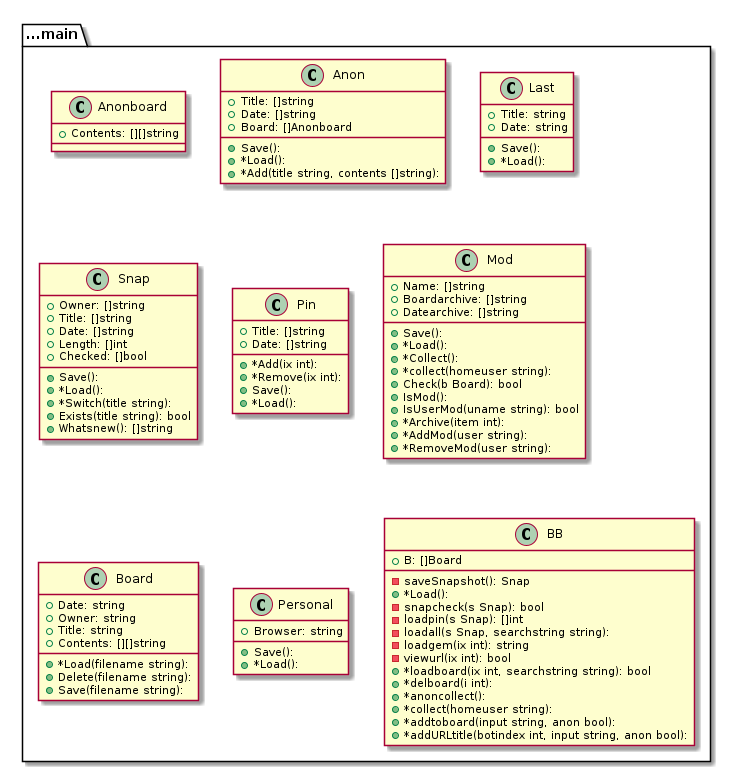
Before: graph.png, a diagram exported from PlantUML (tbal999/bb).
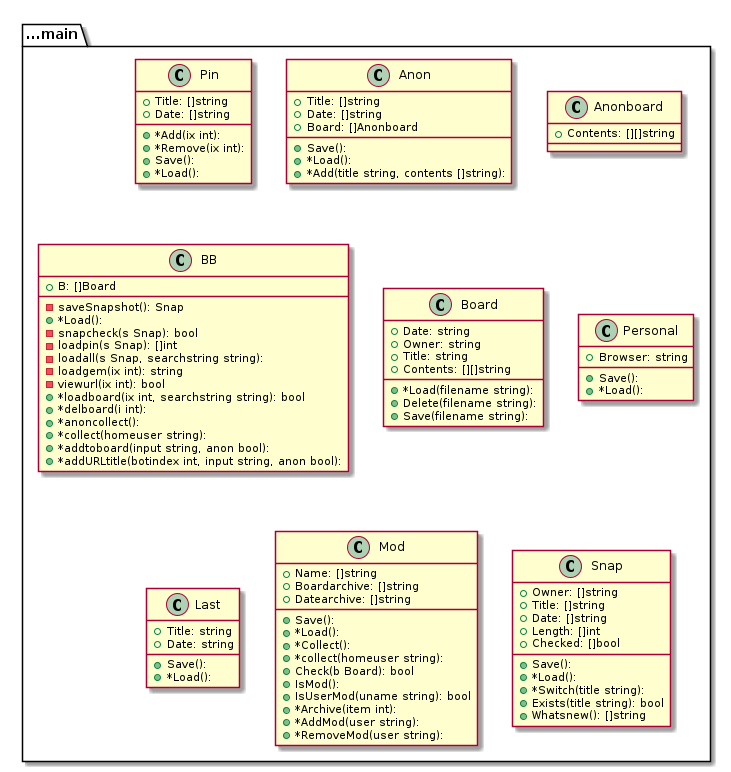
After the change.

Change to the diagram source:
```diff
@@ -1,8 +1,12 @@
 @startuml
 package ...main{
-class Anonboard {
-+Contents: [][]string
-
+class Pin {
++Title: []string
++Date: []string
++*Add(ix int):
++*Remove(ix int):
++Save():
++*Load():
 }
 }
 package ...main{
@@ -16,33 +20,51 @@
 }
 }
 package ...main{
-class Last {
+class Anonboard {
++Contents: [][]string
+
+}
+}
+package ...main{
+class BB {
++B: []Board
+-saveSnapshot(): Snap
++*Load():
+-snapcheck(s Snap): bool
+-loadpin(s Snap): []int
+-loadall(s Snap, searchstring string):
+-loadgem(ix int): string
+-viewurl(ix int): bool
++*loadboard(ix int, searchstring string): bool
++*delboard(i int):
++*anoncollect():
++*collect(homeuser string):
++*addtoboard(input string, anon bool):
++*addURLtitle(botindex int, input string, anon bool):
+}
+}
+package ...main{
+class Board {
++Date: string
++Owner: string
 +Title: string
-+Date: string
++Contents: [][]string
++*Load(filename string):
++Delete(filename string):
++Save(filename string):
+}
+}
+package ...main{
+class Personal {
++Browser: string
 +Save():
 +*Load():
 }
 }
 package ...main{
-class Snap {
-+Owner: []string
-+Title: []string
-+Date: []string
-+Length: []int
-+Checked: []bool
-+Save():
-+*Load():
-+*Switch(title string):
-+Exists(title string): bool
-+Whatsnew(): []string
-}
-}
-package ...main{
-class Pin {
-+Title: []string
-+Date: []string
-+*Add(ix int):
-+*Remove(ix int):
+class Last {
++Title: string
++Date: string
 +Save():
 +*Load():
 }
@@ -65,39 +87,17 @@
 }
 }
 package ...main{
-class Board {
-+Date: string
-+Owner: string
-+Title: string
-+Contents: [][]string
-+*Load(filename string):
-+Delete(filename string):
-+Save(filename string):
-}
-}
-package ...main{
-class Personal {
-+Browser: string
+class Snap {
++Owner: []string
++Title: []string
++Date: []string
++Length: []int
++Checked: []bool
 +Save():
 +*Load():
-}
-}
-package ...main{
-class BB {
-+B: []Board
--saveSnapshot(): Snap
-+*Load():
--snapcheck(s Snap): bool
--loadpin(s Snap): []int
--loadall(s Snap, searchstring string):
--loadgem(ix int): string
--viewurl(ix int): bool
-+*loadboard(ix int, searchstring string): bool
-+*delboard(i int):
-+*anoncollect():
-+*collect(homeuser string):
-+*addtoboard(input string, anon bool):
-+*addURLtitle(botindex int, input string, anon bool):
++*Switch(title string):
++Exists(title string): bool
++Whatsnew(): []string
 }
 }
 
```
